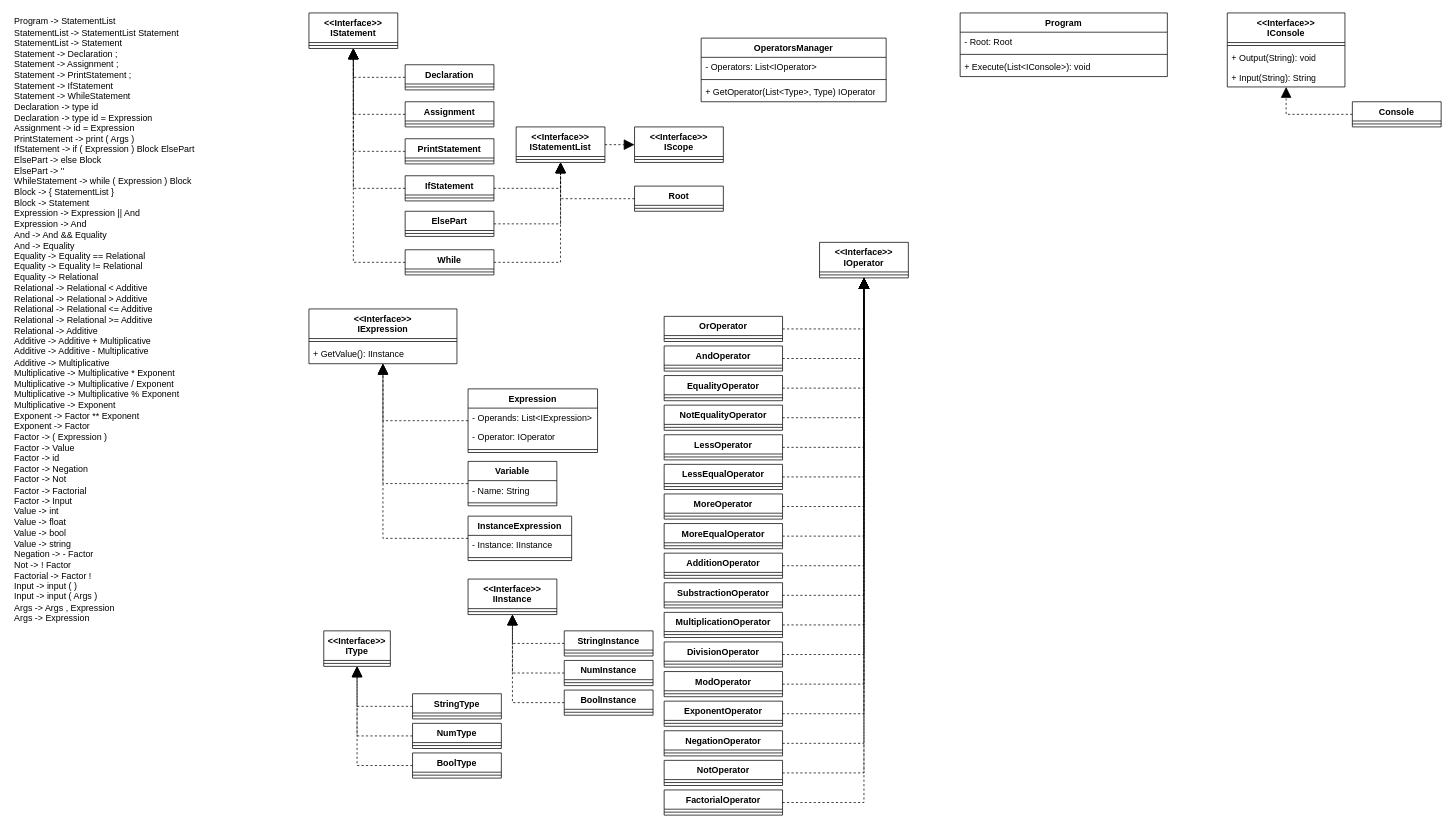
Earlier version of the draw.io diagram SPL diagram.drawio (RomanKuschanow/MathFlow). Source tidied: cells renumbered, new cells numbered last; positions are measured from the earlier drawing's top-left corner, leaving out a move shared by most shapes. Both pictures are drawn from the tidied source at 74%, with x=0, y=0 at pixel (13, 13).
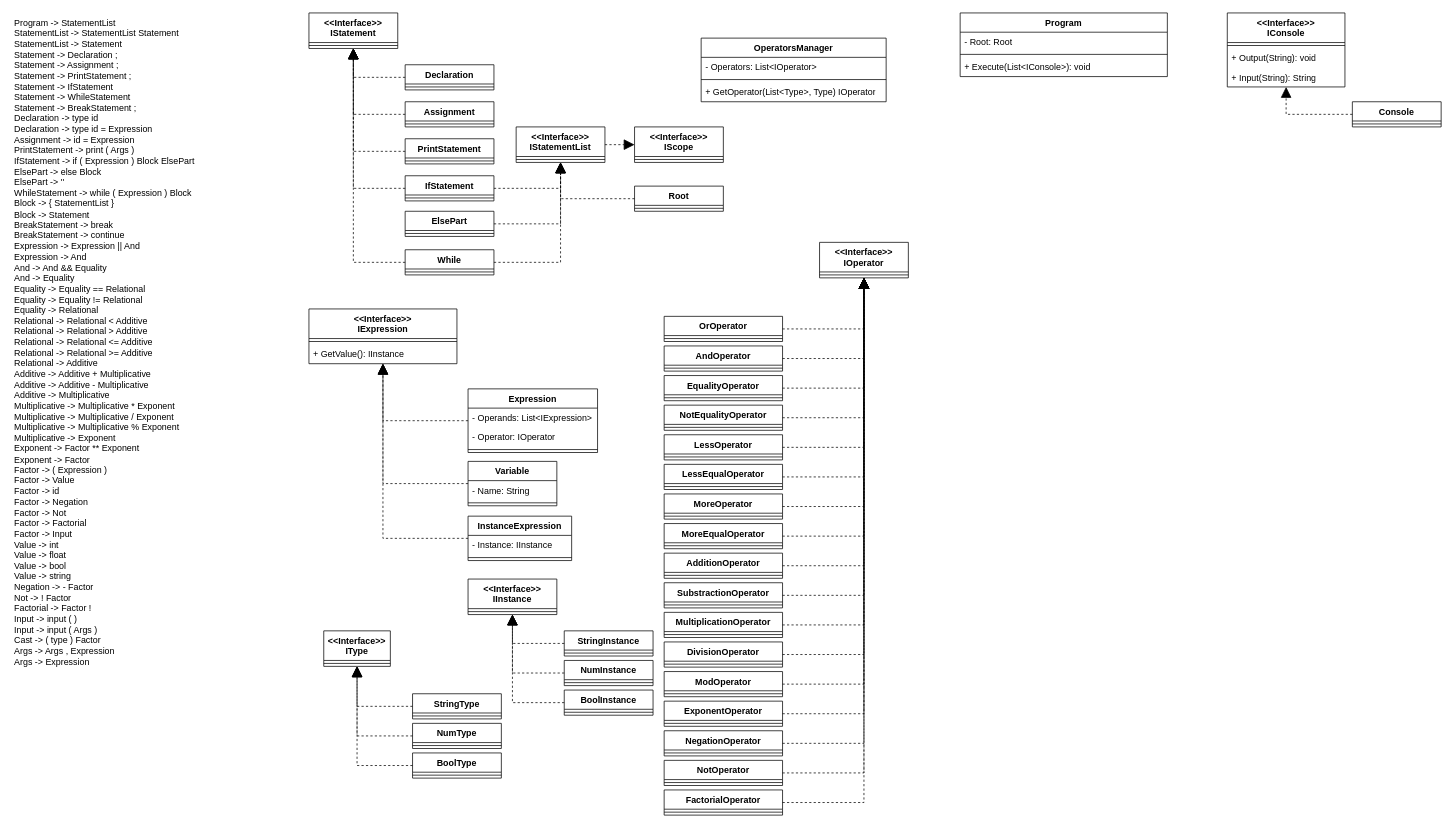
Above is the later version.

Change to the diagram source:
```diff
@@
-    <mxCell id="32" value="&lt;div&gt;&lt;div&gt;Program -&amp;gt; StatementList&lt;/div&gt;&lt;div&gt;StatementList -&amp;gt; StatementList Statement&lt;/div&gt;&lt;div&gt;StatementList -&amp;gt; Statement&lt;/div&gt;&lt;div&gt;Statement -&amp;gt; Declaration ;&lt;/div&gt;&lt;div&gt;Statement -&amp;gt; Assignment ;&lt;/div&gt;&lt;div&gt;Statement -&amp;gt; PrintStatement ;&lt;/div&gt;&lt;div&gt;Statement -&amp;gt; IfStatement&lt;/div&gt;&lt;div&gt;Statement -&amp;gt; WhileStatement&lt;/div&gt;&lt;div&gt;Declaration -&amp;gt; type id&lt;/div&gt;&lt;div&gt;Declaration -&amp;gt; type id = Expression&lt;/div&gt;&lt;div&gt;Assignment -&amp;gt; id = Expression&lt;/div&gt;&lt;div&gt;PrintStatement -&amp;gt; print ( Args )&lt;/div&gt;&lt;div&gt;IfStatement -&amp;gt; if ( Expression ) Block ElsePart&lt;/div&gt;&lt;div&gt;ElsePart -&amp;gt; else Block&lt;/div&gt;&lt;div&gt;ElsePart -&amp;gt; ''&lt;/div&gt;&lt;div&gt;WhileStatement -&amp;gt; while ( Expression ) Block&lt;/div&gt;&lt;div&gt;Block -&amp;gt; { StatementList }&lt;/div&gt;&lt;div&gt;Block -&amp;gt; Statement&lt;/div&gt;&lt;div&gt;Expression -&amp;gt; Expression || And&lt;/div&gt;&lt;div&gt;Expression -&amp;gt; And&lt;/div&gt;&lt;div&gt;And -&amp;gt; And &amp;amp;&amp;amp; Equality&lt;/div&gt;&lt;div&gt;And -&amp;gt; Equality&lt;/div&gt;&lt;div&gt;Equality -&amp;gt; Equality == Relational&lt;/div&gt;&lt;div&gt;Equality -&amp;gt; Equality != Relational&lt;/div&gt;&lt;div&gt;Equality -&amp;gt; Relational&lt;/div&gt;&lt;div&gt;Relational -&amp;gt; Relational &amp;lt; Additive&lt;/div&gt;&lt;div&gt;Relational -&amp;gt; Relational &amp;gt; Additive&lt;/div&gt;&lt;div&gt;Relational -&amp;gt; Relational &amp;lt;= Additive&lt;/div&gt;&lt;div&gt;Relational -&amp;gt; Relational &amp;gt;= Additive&lt;/div&gt;&lt;div&gt;Relational -&amp;gt; Additive&lt;/div&gt;&lt;div&gt;Additive -&amp;gt; Additive + Multiplicative&lt;/div&gt;&lt;div&gt;Additive -&amp;gt; Additive - Multiplicative&lt;/div&gt;&lt;div&gt;Additive -&amp;gt; Multiplicative&lt;/div&gt;&lt;div&gt;Multiplicative -&amp;gt; Multiplicative * Exponent&lt;/div&gt;&lt;div&gt;Multiplicative -&amp;gt; Multiplicative / Exponent&lt;/div&gt;&lt;div&gt;Multiplicative -&amp;gt; Multiplicative % Exponent&lt;/div&gt;&lt;div&gt;Multiplicative -&amp;gt; Exponent&lt;/div&gt;&lt;div&gt;Exponent -&amp;gt; Factor ** Exponent&lt;/div&gt;&lt;div&gt;Exponent -&amp;gt; Factor&lt;/div&gt;&lt;div&gt;Factor -&amp;gt; ( Expression )&lt;/div&gt;&lt;div&gt;Factor -&amp;gt; Value&lt;/div&gt;&lt;div&gt;Factor -&amp;gt; id&lt;/div&gt;&lt;div&gt;Factor -&amp;gt; Negation&lt;/div&gt;&lt;div&gt;Factor -&amp;gt; Not&lt;/div&gt;&lt;div&gt;Factor -&amp;gt; Factorial&lt;/div&gt;&lt;div&gt;Factor -&amp;gt; Input&lt;/div&gt;&lt;div&gt;Value -&amp;gt; int&lt;/div&gt;&lt;div&gt;Value -&amp;gt; float&lt;/div&gt;&lt;div&gt;Value -&amp;gt; bool&lt;/div&gt;&lt;div&gt;Value -&amp;gt; string&lt;/div&gt;&lt;div&gt;Negation -&amp;gt; - Factor&lt;/div&gt;&lt;div&gt;Not -&amp;gt; ! Factor&lt;/div&gt;&lt;div&gt;Factorial -&amp;gt; Factor !&lt;/div&gt;&lt;div&gt;Input -&amp;gt; input ( )&lt;/div&gt;&lt;div&gt;Input -&amp;gt; input ( Args )&lt;/div&gt;&lt;div&gt;Args -&amp;gt; Args , Expression&lt;/div&gt;&lt;div&gt;Args -&amp;gt; Expression&lt;/div&gt;&lt;/div&gt;&lt;div&gt;&lt;/div&gt;" style="text;html=1;align=left;verticalAlign=middle;strokeColor=none;fillColor=none;" parent="1" vertex="1">
-      <mxGeometry width="270" height="830" as="geometry" />
+    <mxCell id="32" value="&lt;div&gt;&lt;div&gt;Program -&amp;gt; StatementList&lt;/div&gt;&lt;div&gt;StatementList -&amp;gt; StatementList Statement&lt;/div&gt;&lt;div&gt;StatementList -&amp;gt; Statement&lt;/div&gt;&lt;div&gt;Statement -&amp;gt; Declaration ;&lt;/div&gt;&lt;div&gt;Statement -&amp;gt; Assignment ;&lt;/div&gt;&lt;div&gt;Statement -&amp;gt; PrintStatement ;&lt;/div&gt;&lt;div&gt;Statement -&amp;gt; IfStatement&lt;/div&gt;&lt;div&gt;Statement -&amp;gt; WhileStatement&lt;/div&gt;&lt;div&gt;Statement -&amp;gt;&amp;nbsp;BreakStatement ;&lt;/div&gt;&lt;div&gt;Declaration -&amp;gt; type id&lt;/div&gt;&lt;div&gt;Declaration -&amp;gt; type id = Expression&lt;/div&gt;&lt;div&gt;Assignment -&amp;gt; id = Expression&lt;/div&gt;&lt;div&gt;PrintStatement -&amp;gt; print ( Args )&lt;/div&gt;&lt;div&gt;IfStatement -&amp;gt; if ( Expression ) Block ElsePart&lt;/div&gt;&lt;div&gt;ElsePart -&amp;gt; else Block&lt;/div&gt;&lt;div&gt;ElsePart -&amp;gt; ''&lt;/div&gt;&lt;div&gt;WhileStatement -&amp;gt; while ( Expression ) Block&lt;/div&gt;&lt;div&gt;Block -&amp;gt; { StatementList }&lt;/div&gt;&lt;div&gt;Block -&amp;gt; Statement&lt;/div&gt;&lt;div&gt;&lt;div&gt;BreakStatement -&amp;gt; break&lt;br&gt;&lt;/div&gt;&lt;div&gt;BreakStatement -&amp;gt; continue&lt;/div&gt;&lt;/div&gt;&lt;div&gt;Expression -&amp;gt; Expression || And&lt;/div&gt;&lt;div&gt;Expression -&amp;gt; And&lt;/div&gt;&lt;div&gt;And -&amp;gt; And &amp;amp;&amp;amp; Equality&lt;/div&gt;&lt;div&gt;And -&amp;gt; Equality&lt;/div&gt;&lt;div&gt;Equality -&amp;gt; Equality == Relational&lt;/div&gt;&lt;div&gt;Equality -&amp;gt; Equality != Relational&lt;/div&gt;&lt;div&gt;Equality -&amp;gt; Relational&lt;/div&gt;&lt;div&gt;Relational -&amp;gt; Relational &amp;lt; Additive&lt;/div&gt;&lt;div&gt;Relational -&amp;gt; Relational &amp;gt; Additive&lt;/div&gt;&lt;div&gt;Relational -&amp;gt; Relational &amp;lt;= Additive&lt;/div&gt;&lt;div&gt;Relational -&amp;gt; Relational &amp;gt;= Additive&lt;/div&gt;&lt;div&gt;Relational -&amp;gt; Additive&lt;/div&gt;&lt;div&gt;Additive -&amp;gt; Additive + Multiplicative&lt;/div&gt;&lt;div&gt;Additive -&amp;gt; Additive - Multiplicative&lt;/div&gt;&lt;div&gt;Additive -&amp;gt; Multiplicative&lt;/div&gt;&lt;div&gt;Multiplicative -&amp;gt; Multiplicative * Exponent&lt;/div&gt;&lt;div&gt;Multiplicative -&amp;gt; Multiplicative / Exponent&lt;/div&gt;&lt;div&gt;Multiplicative -&amp;gt; Multiplicative % Exponent&lt;/div&gt;&lt;div&gt;Multiplicative -&amp;gt; Exponent&lt;/div&gt;&lt;div&gt;Exponent -&amp;gt; Factor ** Exponent&lt;/div&gt;&lt;div&gt;Exponent -&amp;gt; Factor&lt;/div&gt;&lt;div&gt;Factor -&amp;gt; ( Expression )&lt;/div&gt;&lt;div&gt;Factor -&amp;gt; Value&lt;/div&gt;&lt;div&gt;Factor -&amp;gt; id&lt;/div&gt;&lt;div&gt;Factor -&amp;gt; Negation&lt;/div&gt;&lt;div&gt;Factor -&amp;gt; Not&lt;/div&gt;&lt;div&gt;Factor -&amp;gt; Factorial&lt;/div&gt;&lt;div&gt;Factor -&amp;gt; Input&lt;/div&gt;&lt;div&gt;Value -&amp;gt; int&lt;/div&gt;&lt;div&gt;Value -&amp;gt; float&lt;/div&gt;&lt;div&gt;Value -&amp;gt; bool&lt;/div&gt;&lt;div&gt;Value -&amp;gt; string&lt;/div&gt;&lt;div&gt;Negation -&amp;gt; - Factor&lt;/div&gt;&lt;div&gt;Not -&amp;gt; ! Factor&lt;/div&gt;&lt;div&gt;Factorial -&amp;gt; Factor !&lt;/div&gt;&lt;div&gt;Input -&amp;gt; input ( )&lt;/div&gt;&lt;div&gt;Input -&amp;gt; input ( Args )&lt;/div&gt;&lt;div&gt;Cast -&amp;gt; ( type ) Factor&lt;/div&gt;&lt;div&gt;Args -&amp;gt; Args , Expression&lt;/div&gt;&lt;div&gt;Args -&amp;gt; Expression&lt;/div&gt;&lt;/div&gt;&lt;div&gt;&lt;/div&gt;" style="text;html=1;align=left;verticalAlign=middle;strokeColor=none;fillColor=none;" parent="1" vertex="1">
+      <mxGeometry width="270" height="890" as="geometry" />
     </mxCell>
```
